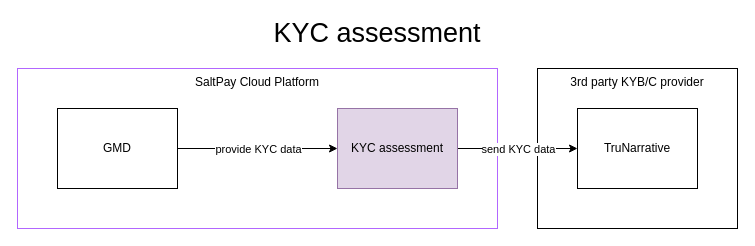
This is assessment-context-diagram.drawio from oshdev/drawio-integration, a draw.io file, before an edit. Source tidied: cells renumbered, new cells numbered last; positions are measured from the earlier drawing's top-left corner, leaving out a move shared by most shapes. Both pictures are drawn from the tidied source at 100%, with x=0, y=0 at pixel (17, 18).
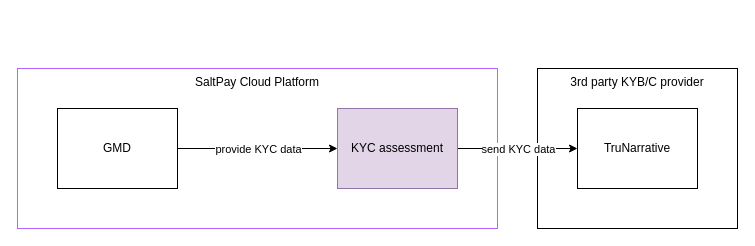
The same diagram, later.

The edit, as a diff of the source:
```diff
@@
 <mxGraphModel>
   <root>
     <mxCell id="0" />
     <mxCell id="1" parent="0" />
     <mxCell id="2" value="&lt;div align=&quot;right&quot;&gt;3rd party KYB/C provider&lt;br&gt;&lt;/div&gt;" style="rounded=0;whiteSpace=wrap;html=1;verticalAlign=top;" parent="1" vertex="1">
       <mxGeometry x="520" y="50" width="200" height="160" as="geometry" />
     </mxCell>
     <mxCell id="3" value="&lt;div align=&quot;right&quot;&gt;SaltPay Cloud Platform&lt;br&gt;&lt;/div&gt;" style="rounded=0;whiteSpace=wrap;html=1;verticalAlign=top;strokeColor=#B266FF;" parent="1" vertex="1">
       <mxGeometry y="50" width="480" height="160" as="geometry" />
     </mxCell>
     <mxCell id="4" style="edgeStyle=orthogonalEdgeStyle;rounded=0;jettySize=auto;html=1;" parent="1" edge="1" source="6" target="10">
       <mxGeometry relative="1" as="geometry" />
     </mxCell>
     <mxCell id="5" value="send KYC data" style="edgeLabel;html=1;align=center;verticalAlign=middle;" parent="4" vertex="1">
       <mxGeometry x="-0.21" y="1" relative="1" as="geometry">
         <mxPoint x="13" y="1" as="offset" />
       </mxGeometry>
     </mxCell>
     <mxCell id="6" value="KYC assessment" style="rounded=0;whiteSpace=wrap;html=1;fillColor=#e1d5e7;strokeColor=#9673a6;" parent="1" vertex="1">
       <mxGeometry x="320" y="90" width="120" height="80" as="geometry" />
     </mxCell>
     <mxCell id="7" style="edgeStyle=orthogonalEdgeStyle;rounded=0;jettySize=auto;html=1;" parent="1" edge="1" source="9" target="6">
       <mxGeometry relative="1" as="geometry" />
     </mxCell>
     <mxCell id="8" value="provide KYC data" style="edgeLabel;html=1;align=center;verticalAlign=middle;" parent="7" vertex="1">
       <mxGeometry relative="1" as="geometry" />
     </mxCell>
     <mxCell id="9" value="GMD" style="rounded=0;whiteSpace=wrap;html=1;" parent="1" vertex="1">
       <mxGeometry x="40" y="90" width="120" height="80" as="geometry" />
     </mxCell>
     <mxCell id="10" value="&lt;div&gt;TruNarrative&lt;/div&gt;" style="rounded=0;whiteSpace=wrap;html=1;" parent="1" vertex="1">
       <mxGeometry x="560" y="90" width="120" height="80" as="geometry" />
     </mxCell>
-    <mxCell id="11" value="KYC assessment" style="text;html=1;strokeColor=none;fillColor=none;align=center;verticalAlign=middle;whiteSpace=wrap;rounded=0;fontSize=27;" parent="1" vertex="1">
-      <mxGeometry width="720" height="30" as="geometry" />
-    </mxCell>
   </root>
 </mxGraphModel>
```
